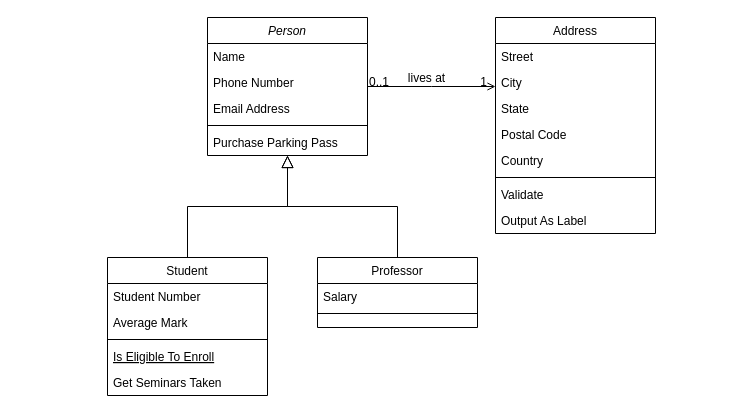
The draw.io diagram Untitled Diagram.drawio in ehabhalil/MakeYourMemory, before the edit. Source tidied: cells renumbered, new cells numbered last; positions are measured from the earlier drawing's top-left corner, leaving out a move shared by most shapes. Both pictures are drawn from the tidied source at 100%, with x=0, y=0 at pixel (107, 17).
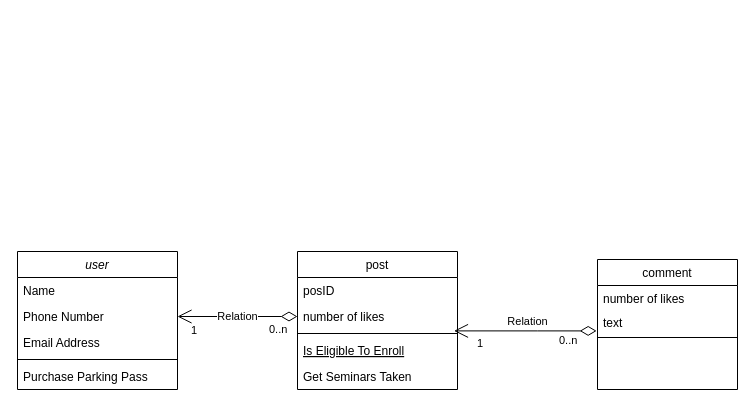
Above is the later version.

The change refers to these unchanged cells:
```xml
<mxCell id="4" value="Phone Number" style="text;align=left;verticalAlign=top;spacingLeft=4;spacingRight=4;overflow=hidden;points=[[0,0.5],[1,0.5]];portConstraint=eastwest;rounded=0;shadow=0;html=0;" parent="2" vertex="1">
  <mxGeometry y="52" width="160" height="26" as="geometry" />
</mxCell>
```

Change to the diagram source:
```diff
@@
-    <mxCell id="2" value="Person" style="swimlane;fontStyle=2;align=center;verticalAlign=top;horizontal=1;startSize=26;rounded=0;shadow=0;strokeWidth=1;" parent="1" vertex="1">
-      <mxGeometry x="100" width="160" height="138" as="geometry" />
+    <mxCell id="2" value="user" style="swimlane;fontStyle=2;align=center;verticalAlign=top;horizontal=1;startSize=26;rounded=0;shadow=0;strokeWidth=1;" parent="1" vertex="1">
+      <mxGeometry x="-90" y="234" width="160" height="138" as="geometry" />
     </mxCell>
@@
-    <mxCell id="8" value="Student" style="swimlane;fontStyle=0;align=center;verticalAlign=top;horizontal=1;startSize=26;rounded=0;shadow=0;strokeWidth=1;" parent="1" vertex="1">
-      <mxGeometry y="240" width="160" height="138" as="geometry" />
+    <mxCell id="8" value="post" style="swimlane;fontStyle=0;align=center;verticalAlign=top;horizontal=1;startSize=26;rounded=0;shadow=0;strokeWidth=1;" parent="1" vertex="1">
+      <mxGeometry x="190" y="234" width="160" height="138" as="geometry" />
     </mxCell>
-    <mxCell id="9" value="Student Number" style="text;align=left;verticalAlign=top;spacingLeft=4;spacingRight=4;overflow=hidden;" parent="8" vertex="1">
+    <mxCell id="9" value="posID" style="text;align=left;verticalAlign=top;spacingLeft=4;spacingRight=4;overflow=hidden;" parent="8" vertex="1">
       <mxGeometry y="26" width="160" height="26" as="geometry" />
     </mxCell>
-    <mxCell id="10" value="Average Mark" style="text;align=left;verticalAlign=top;spacingLeft=4;spacingRight=4;overflow=hidden;points=[[0,0.5],[1,0.5]];portConstraint=eastwest;rounded=0;shadow=0;html=0;" parent="8" vertex="1">
+    <mxCell id="10" value="number of likes" style="text;align=left;verticalAlign=top;spacingLeft=4;spacingRight=4;overflow=hidden;points=[[0,0.5],[1,0.5]];portConstraint=eastwest;rounded=0;shadow=0;html=0;" parent="8" vertex="1">
       <mxGeometry y="52" width="160" height="26" as="geometry" />
     </mxCell>
@@
-    <mxCell id="14" style="endArrow=block;endSize=10;endFill=0;shadow=0;strokeWidth=1;rounded=0;edgeStyle=elbowEdgeStyle;elbow=vertical;" parent="1" edge="1" source="8" target="2">
-      <mxGeometry relative="1" as="geometry" />
-    </mxCell>
-    <mxCell id="15" value="Professor" style="swimlane;fontStyle=0;align=center;verticalAlign=top;horizontal=1;startSize=26;rounded=0;shadow=0;strokeWidth=1;" parent="1" vertex="1">
-      <mxGeometry x="210" y="240" width="160" height="70" as="geometry" />
+    <mxCell id="15" value="comment" style="swimlane;fontStyle=0;align=center;verticalAlign=top;horizontal=1;startSize=26;rounded=0;shadow=0;strokeWidth=1;" parent="1" vertex="1">
+      <mxGeometry x="490" y="242" width="140" height="130" as="geometry" />
     </mxCell>
-    <mxCell id="16" value="Salary" style="text;align=left;verticalAlign=top;spacingLeft=4;spacingRight=4;overflow=hidden;" parent="15" vertex="1">
-      <mxGeometry y="26" width="160" height="26" as="geometry" />
+    <mxCell id="16" value="number of likes" style="text;align=left;verticalAlign=top;spacingLeft=4;spacingRight=4;overflow=hidden;" parent="15" vertex="1">
+      <mxGeometry y="26" width="140" height="24" as="geometry" />
     </mxCell>
+    <mxCell id="32" value="text" style="text;align=left;verticalAlign=top;spacingLeft=4;spacingRight=4;overflow=hidden;points=[[0,0.5],[1,0.5]];portConstraint=eastwest;" parent="15" vertex="1">
+      <mxGeometry y="50" width="140" height="24" as="geometry" />
+    </mxCell>
     <mxCell id="17" style="line;html=1;strokeWidth=1;align=left;verticalAlign=middle;spacingTop=-1;spacingLeft=3;spacingRight=3;labelPosition=right;" parent="15" vertex="1">
-      <mxGeometry y="52" width="160" height="8" as="geometry" />
+      <mxGeometry y="74" width="140" height="8" as="geometry" />
     </mxCell>
-    <mxCell id="18" style="endArrow=block;endSize=10;endFill=0;shadow=0;strokeWidth=1;rounded=0;edgeStyle=elbowEdgeStyle;elbow=vertical;" parent="1" edge="1" source="15" target="2">
-      <mxGeometry relative="1" as="geometry" />
-    </mxCell>
-    <mxCell id="19" value="Address" style="swimlane;fontStyle=0;align=center;verticalAlign=top;horizontal=1;startSize=26;rounded=0;shadow=0;strokeWidth=1;" parent="1" vertex="1">
-      <mxGeometry x="388" width="160" height="216" as="geometry" />
-    </mxCell>
-    <mxCell id="20" value="Street" style="text;align=left;verticalAlign=top;spacingLeft=4;spacingRight=4;overflow=hidden;" parent="19" vertex="1">
-      <mxGeometry y="26" width="160" height="26" as="geometry" />
-    </mxCell>
-    <mxCell id="21" value="City" style="text;align=left;verticalAlign=top;spacingLeft=4;spacingRight=4;overflow=hidden;rounded=0;shadow=0;html=0;" parent="19" vertex="1">
-      <mxGeometry y="52" width="160" height="26" as="geometry" />
-    </mxCell>
-    <mxCell id="22" value="State" style="text;align=left;verticalAlign=top;spacingLeft=4;spacingRight=4;overflow=hidden;rounded=0;shadow=0;html=0;" parent="19" vertex="1">
-      <mxGeometry y="78" width="160" height="26" as="geometry" />
-    </mxCell>
-    <mxCell id="23" value="Postal Code" style="text;align=left;verticalAlign=top;spacingLeft=4;spacingRight=4;overflow=hidden;rounded=0;shadow=0;html=0;" parent="19" vertex="1">
-      <mxGeometry y="104" width="160" height="26" as="geometry" />
-    </mxCell>
-    <mxCell id="24" value="Country" style="text;align=left;verticalAlign=top;spacingLeft=4;spacingRight=4;overflow=hidden;rounded=0;shadow=0;html=0;" parent="19" vertex="1">
-      <mxGeometry y="130" width="160" height="26" as="geometry" />
-    </mxCell>
-    <mxCell id="25" style="line;html=1;strokeWidth=1;align=left;verticalAlign=middle;spacingTop=-1;spacingLeft=3;spacingRight=3;labelPosition=right;" parent="19" vertex="1">
-      <mxGeometry y="156" width="160" height="8" as="geometry" />
-    </mxCell>
-    <mxCell id="26" value="Validate" style="text;align=left;verticalAlign=top;spacingLeft=4;spacingRight=4;overflow=hidden;" parent="19" vertex="1">
-      <mxGeometry y="164" width="160" height="26" as="geometry" />
-    </mxCell>
-    <mxCell id="27" value="Output As Label" style="text;align=left;verticalAlign=top;spacingLeft=4;spacingRight=4;overflow=hidden;" parent="19" vertex="1">
-      <mxGeometry y="190" width="160" height="26" as="geometry" />
-    </mxCell>
-    <mxCell id="28" style="endArrow=open;shadow=0;strokeWidth=1;rounded=0;endFill=1;edgeStyle=elbowEdgeStyle;elbow=vertical;" parent="1" edge="1" source="2" target="19">
-      <mxGeometry x="0.5" y="41" relative="1" as="geometry">
-        <mxPoint x="-40" y="32" as="offset" />
-      </mxGeometry>
-    </mxCell>
-    <mxCell id="29" value="0..1" style="align=left;verticalAlign=bottom;labelBackgroundColor=none;fontSize=12;" parent="28" vertex="1">
-      <mxGeometry x="-1" relative="1" as="geometry">
-        <mxPoint y="4" as="offset" />
-      </mxGeometry>
-    </mxCell>
-    <mxCell id="30" value="1" style="align=right;verticalAlign=bottom;labelBackgroundColor=none;fontSize=12;" parent="28" vertex="1">
-      <mxGeometry x="1" relative="1" as="geometry">
-        <mxPoint x="-7" y="4" as="offset" />
-      </mxGeometry>
-    </mxCell>
-    <mxCell id="31" value="lives at" style="text;html=1;align=center;verticalAlign=middle;labelBackgroundColor=none;rounded=0;shadow=0;strokeWidth=1;fontSize=12;" parent="28" vertex="1">
-      <mxGeometry x="0.5" y="49" relative="1" as="geometry">
-        <mxPoint x="-38" y="40" as="offset" />
-      </mxGeometry>
-    </mxCell>
+    <mxCell id="33" value="Relation" style="endArrow=open;html=1;endSize=12;startArrow=diamondThin;startSize=14;startFill=0;edgeStyle=orthogonalEdgeStyle;rounded=0;strokeColor=#000000;fillColor=#f8cecc;entryX=0.978;entryY=1.054;entryDx=0;entryDy=0;entryPerimeter=0;exitX=-0.006;exitY=0.892;exitDx=0;exitDy=0;exitPerimeter=0;" parent="1" edge="1" source="32" target="10">
+      <mxGeometry x="-0.03" y="-9" relative="1" as="geometry">
+        <Array as="points">
+          <mxPoint x="430" y="313" />
+          <mxPoint x="430" y="313" />
+        </Array>
+      </mxGeometry>
+    </mxCell>
+    <mxCell id="34" value="0..n" style="edgeLabel;html=1;align=left;verticalAlign=top;" parent="33" vertex="1">
+      <mxGeometry x="-1" relative="1" as="geometry">
+        <mxPoint x="-39" y="-3" as="offset" />
+      </mxGeometry>
+    </mxCell>
+    <mxCell id="35" value="1" style="edgeLabel;html=1;align=right;verticalAlign=top;" parent="33" vertex="1">
+      <mxGeometry x="1" relative="1" as="geometry">
+        <mxPoint x="30" as="offset" />
+      </mxGeometry>
+    </mxCell>
+    <mxCell id="36" value="Relation" style="endArrow=open;html=1;endSize=12;startArrow=diamondThin;startSize=14;startFill=0;edgeStyle=orthogonalEdgeStyle;rounded=0;strokeColor=#000000;entryX=1;entryY=0.5;entryDx=0;entryDy=0;" parent="1" edge="1" source="10" target="4">
+      <mxGeometry relative="1" as="geometry" />
+    </mxCell>
+    <mxCell id="37" value="0..n" style="edgeLabel;html=1;align=left;verticalAlign=top;" parent="36" vertex="1">
+      <mxGeometry x="-1" relative="1" as="geometry">
+        <mxPoint x="-30" as="offset" />
+      </mxGeometry>
+    </mxCell>
+    <mxCell id="38" value="1" style="edgeLabel;html=1;align=right;verticalAlign=top;" parent="36" vertex="1">
+      <mxGeometry x="1" relative="1" as="geometry">
+        <mxPoint x="20" y="1" as="offset" />
+      </mxGeometry>
+    </mxCell>
```
